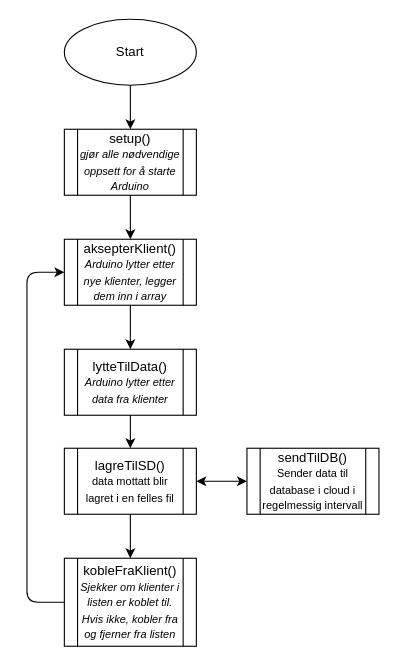
Before: skisseArduinoMottaker.drawio in ring-jostein/rainSensorNetwork, a draw.io diagram. Source tidied: cells renumbered, new cells numbered last; positions are measured from the earlier drawing's top-left corner, leaving out a move shared by most shapes. Both pictures are drawn from the tidied source at 110%, with x=0, y=0 at pixel (26, 19).
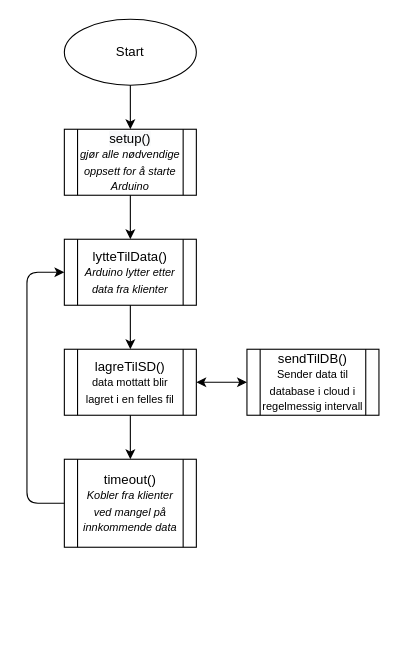
After the change.

What changed in the source:
```diff
@@
 <mxGraphModel>
   <root>
     <mxCell id="0" />
     <mxCell id="1" parent="0" />
     <mxCell id="2" value="Start" style="ellipse;whiteSpace=wrap;html=1;" parent="1" vertex="1">
       <mxGeometry x="34" width="120" height="60" as="geometry" />
     </mxCell>
     <mxCell id="3" value="lagreTilSD()&lt;br style=&quot;font-size: 10px&quot;&gt;&lt;font size=&quot;1&quot;&gt;data mottatt blir lagret i en felles fil&lt;br&gt;&lt;/font&gt;" style="shape=process;whiteSpace=wrap;html=1;backgroundOutline=1;" parent="1" vertex="1">
-      <mxGeometry x="34" y="390" width="120" height="60" as="geometry" />
+      <mxGeometry x="34" y="300" width="120" height="60" as="geometry" />
     </mxCell>
-    <mxCell id="4" value="&lt;span&gt;aksepterKlient()&lt;/span&gt;&lt;br&gt;&lt;i&gt;&lt;font style=&quot;font-size: 10px&quot;&gt;Arduino lytter etter nye klienter, legger dem inn i array&lt;/font&gt;&lt;/i&gt;" style="shape=process;whiteSpace=wrap;html=1;backgroundOutline=1;" parent="1" vertex="1">
-      <mxGeometry x="34" y="200" width="120" height="60" as="geometry" />
-    </mxCell>
     <mxCell id="5" value="sendTilDB()&lt;br style=&quot;font-size: 10px&quot;&gt;&lt;font size=&quot;1&quot;&gt;Sender data til database i cloud i regelmessig intervall&lt;br&gt;&lt;/font&gt;" style="shape=process;whiteSpace=wrap;html=1;backgroundOutline=1;" parent="1" vertex="1">
-      <mxGeometry x="200" y="390" width="120" height="60" as="geometry" />
+      <mxGeometry x="200" y="300" width="120" height="60" as="geometry" />
     </mxCell>
     <mxCell id="6" value="&lt;span style=&quot;color: rgb(0 , 0 , 0) ; font-family: &amp;#34;helvetica&amp;#34; ; font-size: 12px ; font-style: normal ; font-weight: 400 ; letter-spacing: normal ; text-align: center ; text-indent: 0px ; text-transform: none ; word-spacing: 0px ; background-color: rgb(248 , 249 , 250)&quot;&gt;setup()&lt;/span&gt;&lt;br style=&quot;color: rgb(0 , 0 , 0) ; font-family: &amp;#34;helvetica&amp;#34; ; font-size: 12px ; font-style: normal ; font-weight: 400 ; letter-spacing: normal ; text-align: center ; text-indent: 0px ; text-transform: none ; word-spacing: 0px ; background-color: rgb(248 , 249 , 250)&quot;&gt;&lt;font face=&quot;helvetica&quot;&gt;&lt;span style=&quot;font-size: 10px&quot;&gt;&lt;i&gt;gjør alle nødvendige oppsett for å starte Arduino&lt;br&gt;&lt;/i&gt;&lt;/span&gt;&lt;/font&gt;" style="shape=process;whiteSpace=wrap;html=1;backgroundOutline=1;" parent="1" vertex="1">
       <mxGeometry x="34" y="100" width="120" height="60" as="geometry" />
     </mxCell>
     <mxCell id="7" style="endArrow=classic;html=1;exitX=0.5;exitY=1;exitDx=0;exitDy=0;entryX=0.5;entryY=0;entryDx=0;entryDy=0;" parent="1" edge="1" source="2" target="6">
       <mxGeometry relative="1" as="geometry" />
     </mxCell>
-    <mxCell id="8" style="endArrow=classic;html=1;exitX=0.5;exitY=1;exitDx=0;exitDy=0;entryX=0.5;entryY=0;entryDx=0;entryDy=0;" parent="1" edge="1" source="6" target="4">
+    <mxCell id="8" style="endArrow=classic;html=1;exitX=0.5;exitY=1;exitDx=0;exitDy=0;entryX=0.5;entryY=0;entryDx=0;entryDy=0;" parent="1" edge="1" source="6" target="9">
       <mxGeometry relative="1" as="geometry" />
     </mxCell>
     <mxCell id="9" value="&lt;span&gt;lytteTilData()&lt;/span&gt;&lt;br&gt;&lt;i&gt;&lt;font style=&quot;font-size: 10px&quot;&gt;Arduino lytter etter data fra klienter&lt;/font&gt;&lt;/i&gt;" style="shape=process;whiteSpace=wrap;html=1;backgroundOutline=1;" parent="1" vertex="1">
-      <mxGeometry x="34" y="300" width="120" height="60" as="geometry" />
+      <mxGeometry x="34" y="200" width="120" height="60" as="geometry" />
     </mxCell>
-    <mxCell id="10" style="endArrow=classic;html=1;exitX=0.5;exitY=1;exitDx=0;exitDy=0;entryX=0.5;entryY=0;entryDx=0;entryDy=0;" parent="1" edge="1" source="4" target="9">
-      <mxGeometry relative="1" as="geometry" />
-    </mxCell>
-    <mxCell id="11" value="&lt;span&gt;kobleFraKlient()&lt;/span&gt;&lt;br&gt;&lt;i&gt;&lt;font style=&quot;font-size: 10px&quot;&gt;Sjekker om klienter i listen er koblet til. Hvis ikke, kobler fra og fjerner fra listen&lt;/font&gt;&lt;/i&gt;" style="shape=process;whiteSpace=wrap;html=1;backgroundOutline=1;" parent="1" vertex="1">
-      <mxGeometry x="34" y="490" width="120" height="80" as="geometry" />
+    <mxCell id="11" value="&lt;span&gt;timeout()&lt;/span&gt;&lt;br&gt;&lt;span style=&quot;font-size: 10px&quot;&gt;&lt;i&gt;Kobler fra klienter ved mangel på innkommende data&lt;/i&gt;&lt;/span&gt;" style="shape=process;whiteSpace=wrap;html=1;backgroundOutline=1;" parent="1" vertex="1">
+      <mxGeometry x="34" y="400" width="120" height="80" as="geometry" />
     </mxCell>
     <mxCell id="12" style="endArrow=classic;html=1;exitX=0.5;exitY=1;exitDx=0;exitDy=0;entryX=0.5;entryY=0;entryDx=0;entryDy=0;" parent="1" edge="1" source="9" target="3">
       <mxGeometry relative="1" as="geometry" />
     </mxCell>
     <mxCell id="13" style="endArrow=classic;html=1;exitX=0.5;exitY=1;exitDx=0;exitDy=0;entryX=0.5;entryY=0;entryDx=0;entryDy=0;" parent="1" edge="1" source="3" target="11">
       <mxGeometry relative="1" as="geometry" />
     </mxCell>
-    <mxCell id="14" style="endArrow=classic;html=1;exitX=0;exitY=0.5;exitDx=0;exitDy=0;entryX=0;entryY=0.5;entryDx=0;entryDy=0;" parent="1" edge="1" source="11" target="4">
+    <mxCell id="14" style="endArrow=classic;html=1;exitX=0;exitY=0.5;exitDx=0;exitDy=0;entryX=0;entryY=0.5;entryDx=0;entryDy=0;" parent="1" edge="1" source="11" target="9">
       <mxGeometry relative="1" as="geometry">
         <Array as="points">
-          <mxPoint y="530" />
           <mxPoint y="440" />
           <mxPoint y="230" />
         </Array>
       </mxGeometry>
     </mxCell>
     <mxCell id="15" style="endArrow=classic;startArrow=classic;html=1;exitX=1;exitY=0.5;exitDx=0;exitDy=0;entryX=0;entryY=0.5;entryDx=0;entryDy=0;" parent="1" edge="1" source="3" target="5">
       <mxGeometry relative="1" as="geometry" />
     </mxCell>
   </root>
 </mxGraphModel>
```
